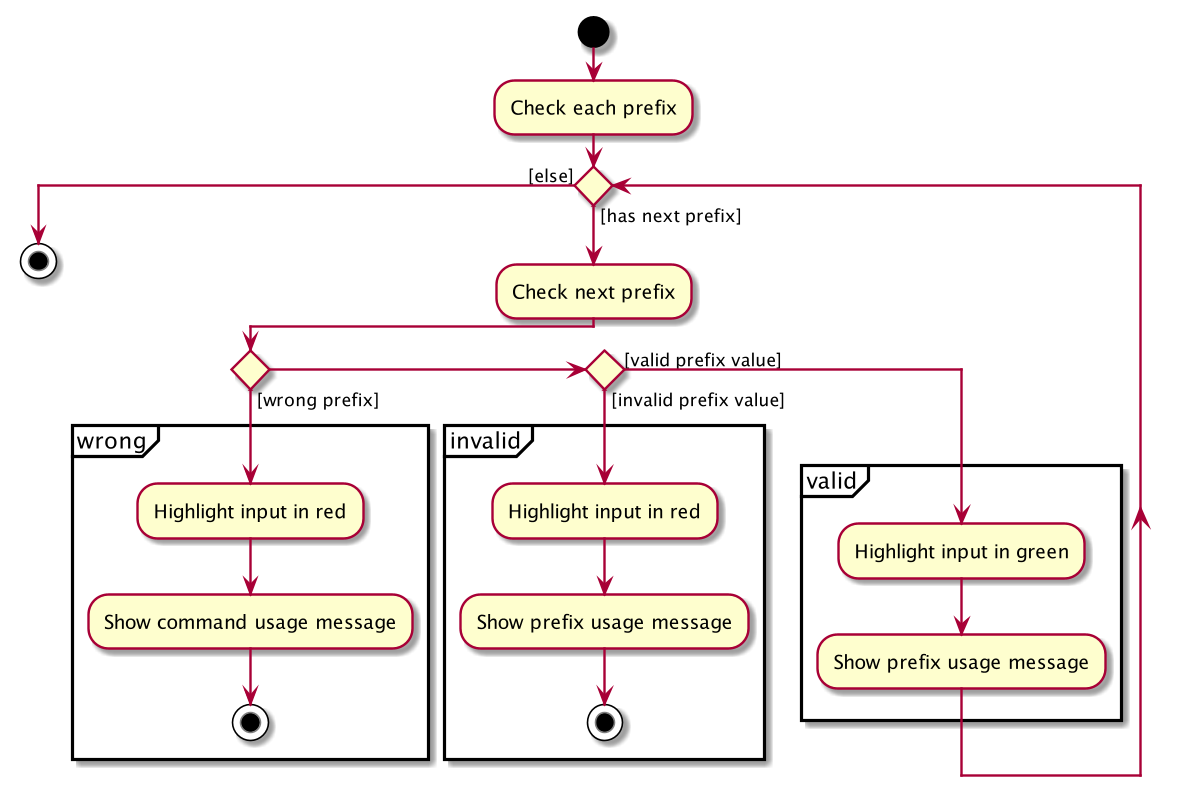
Earlier version of the PlantUML export docs/images/SyntaxHighlightingActivityDiagram3.png (nus-cs2103-AY1920S2/addressbook-level3). Its diagram source:
```plantuml
@startuml
start

:Check each prefix;

while () is ([has next prefix])

:Check next prefix;

if () then ([wrong prefix])
partition wrong {
    :Highlight input in red;
    :Show command usage message;
    stop
}
else if () then ([invalid prefix value])
partition invalid {
    :Highlight input in red;
    :Show prefix usage message;
    stop
}
else ([valid prefix value])
partition valid {
    :Highlight input in green;
    :Show prefix usage message;
}
endif
endwhile([else])
stop
@enduml
```
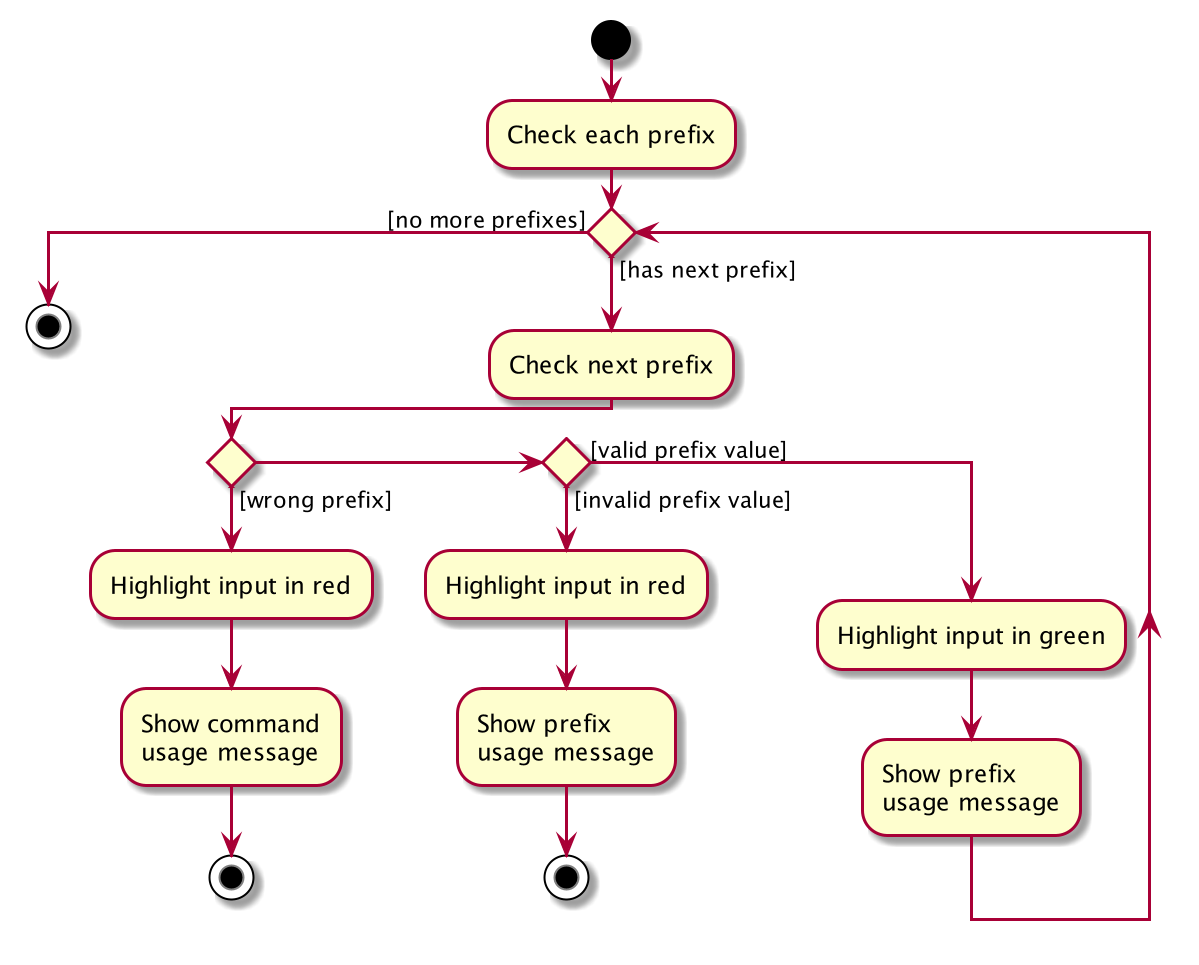
Later version of the same file.

Commit message:
Update syntax highlighting section in DG

Diff of the diagram source:
```diff
@@ -8,23 +8,20 @@
 :Check next prefix;
 
 if () then ([wrong prefix])
-partition wrong {
     :Highlight input in red;
-    :Show command usage message;
+    :Show command
+    usage message;
     stop
-}
 else if () then ([invalid prefix value])
-partition invalid {
     :Highlight input in red;
-    :Show prefix usage message;
+    :Show prefix
+    usage message;
     stop
-}
 else ([valid prefix value])
-partition valid {
     :Highlight input in green;
-    :Show prefix usage message;
-}
+    :Show prefix
+    usage message;
 endif
-endwhile([else])
+endwhile([no more prefixes])
 stop
 @enduml
```
